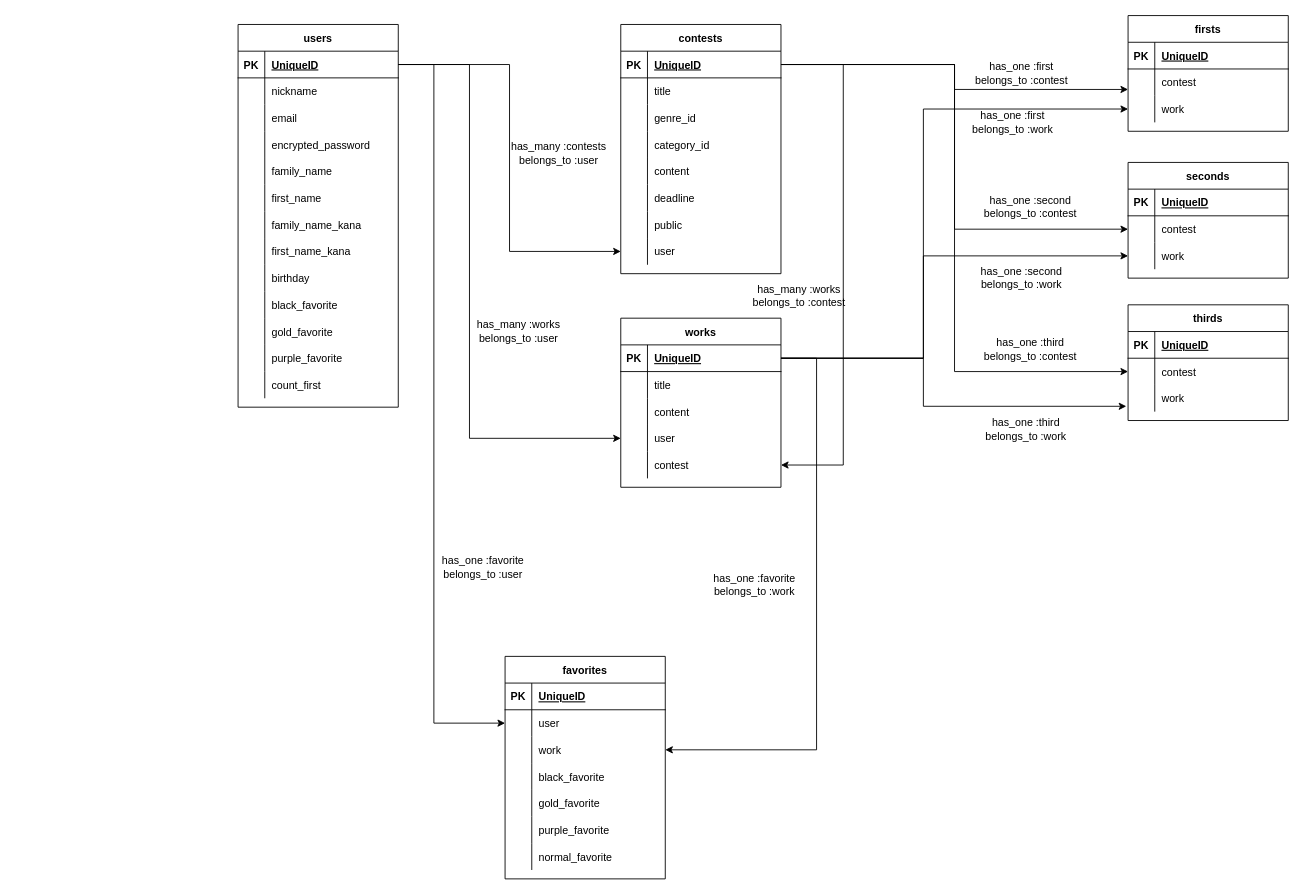
Earlier version of the draw.io diagram e-r.dio (tokiya-takai/moroheiya). Source tidied: cells renumbered, new cells numbered last; positions are measured from the earlier drawing's top-left corner, leaving out a move shared by most shapes. Both pictures are drawn from the tidied source at 89%, with x=0, y=0 at pixel (238, 15).
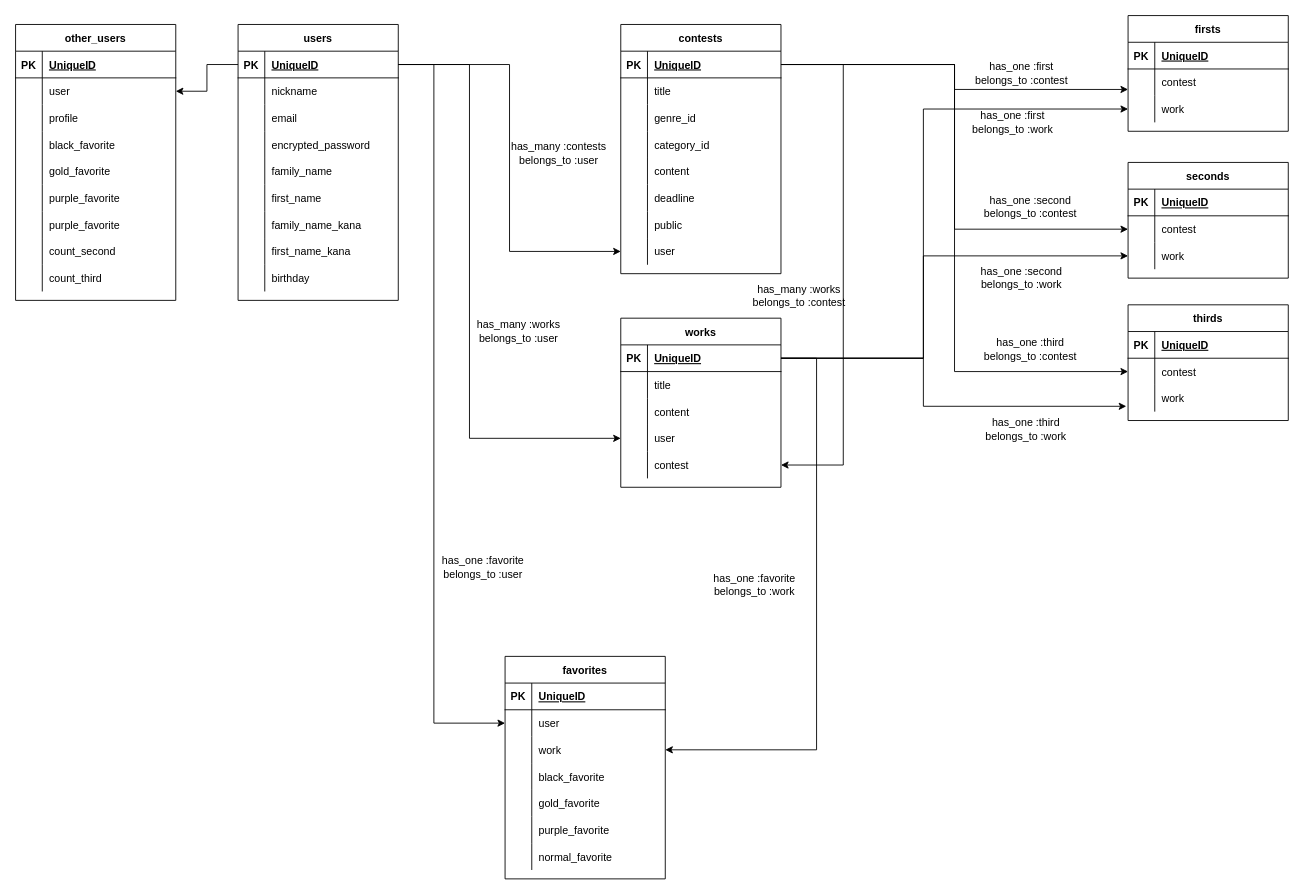
The same page after the edit.

Unchanged cells that the change refers to:
```xml
<mxCell id="3" style="shape=partialRectangle;fillColor=none;top=0;left=0;bottom=1;right=0;points=[[0,0.5],[1,0.5]];portConstraint=eastwest;" parent="2" vertex="1">
  <mxGeometry y="30" width="180" height="30" as="geometry" />
</mxCell>
```

Change to the diagram source:
```diff
@@
     <mxCell id="2" value="users" style="shape=table;startSize=30;childLayout=tableLayout;rowLines=0;fontStyle=1;align=center;" parent="1" vertex="1">
-      <mxGeometry y="10" width="180" height="430" as="geometry" />
+      <mxGeometry y="10" width="180" height="310" as="geometry" />
     </mxCell>
@@
-    <mxCell id="30" style="shape=partialRectangle;fillColor=none;top=0;left=0;bottom=0;right=0;" parent="2" vertex="1">
-      <mxGeometry y="300" width="180" height="30" as="geometry" />
-    </mxCell>
-    <mxCell id="31" style="shape=partialRectangle;fillColor=none;top=0;left=0;bottom=0;right=0;overflow=hidden;" parent="30" vertex="1">
-      <mxGeometry width="30" height="30" as="geometry" />
-    </mxCell>
-    <mxCell id="32" value="black_favorite" style="shape=partialRectangle;fillColor=none;top=0;left=0;bottom=0;right=0;align=left;spacingLeft=6;overflow=hidden;" parent="30" vertex="1">
-      <mxGeometry x="30" width="150" height="30" as="geometry" />
-    </mxCell>
-    <mxCell id="33" style="shape=partialRectangle;fillColor=none;top=0;left=0;bottom=0;right=0;" parent="2" vertex="1">
-      <mxGeometry y="330" width="180" height="30" as="geometry" />
-    </mxCell>
-    <mxCell id="34" style="shape=partialRectangle;fillColor=none;top=0;left=0;bottom=0;right=0;overflow=hidden;" parent="33" vertex="1">
-      <mxGeometry width="30" height="30" as="geometry" />
-    </mxCell>
-    <mxCell id="35" value="gold_favorite" style="shape=partialRectangle;fillColor=none;top=0;left=0;bottom=0;right=0;align=left;spacingLeft=6;overflow=hidden;" parent="33" vertex="1">
-      <mxGeometry x="30" width="150" height="30" as="geometry" />
-    </mxCell>
-    <mxCell id="36" style="shape=partialRectangle;fillColor=none;top=0;left=0;bottom=0;right=0;" parent="2" vertex="1">
-      <mxGeometry y="360" width="180" height="30" as="geometry" />
-    </mxCell>
-    <mxCell id="37" style="shape=partialRectangle;fillColor=none;top=0;left=0;bottom=0;right=0;overflow=hidden;" parent="36" vertex="1">
-      <mxGeometry width="30" height="30" as="geometry" />
-    </mxCell>
-    <mxCell id="38" value="purple_favorite" style="shape=partialRectangle;fillColor=none;top=0;left=0;bottom=0;right=0;align=left;spacingLeft=6;overflow=hidden;" parent="36" vertex="1">
-      <mxGeometry x="30" width="150" height="30" as="geometry" />
-    </mxCell>
-    <mxCell id="39" style="shape=partialRectangle;fillColor=none;top=0;left=0;bottom=0;right=0;" parent="2" vertex="1">
-      <mxGeometry y="390" width="180" height="30" as="geometry" />
-    </mxCell>
-    <mxCell id="40" style="shape=partialRectangle;fillColor=none;top=0;left=0;bottom=0;right=0;overflow=hidden;" parent="39" vertex="1">
-      <mxGeometry width="30" height="30" as="geometry" />
-    </mxCell>
-    <mxCell id="41" value="count_first" style="shape=partialRectangle;fillColor=none;top=0;left=0;bottom=0;right=0;align=left;spacingLeft=6;overflow=hidden;" parent="39" vertex="1">
-      <mxGeometry x="30" width="150" height="30" as="geometry" />
-    </mxCell>
@@
+    <mxCell id="157" value="other_users" style="shape=table;startSize=30;childLayout=tableLayout;rowLines=0;fontStyle=1;align=center;" parent="1" vertex="1">
+      <mxGeometry x="-250" y="10" width="180" height="310" as="geometry" />
+    </mxCell>
+    <mxCell id="158" style="shape=partialRectangle;fillColor=none;top=0;left=0;bottom=1;right=0;" parent="157" vertex="1">
+      <mxGeometry y="30" width="180" height="30" as="geometry" />
+    </mxCell>
+    <mxCell id="159" value="PK" style="shape=partialRectangle;fillColor=none;top=0;left=0;bottom=0;right=0;fontStyle=1;overflow=hidden;" parent="158" vertex="1">
+      <mxGeometry width="30" height="30" as="geometry" />
+    </mxCell>
+    <mxCell id="160" value="UniqueID" style="shape=partialRectangle;fillColor=none;top=0;left=0;bottom=0;right=0;align=left;spacingLeft=6;fontStyle=5;overflow=hidden;" parent="158" vertex="1">
+      <mxGeometry x="30" width="150" height="30" as="geometry" />
+    </mxCell>
+    <mxCell id="161" style="shape=partialRectangle;fillColor=none;top=0;left=0;bottom=0;right=0;points=[[0,0.5],[1,0.5]];portConstraint=eastwest;" parent="157" vertex="1">
+      <mxGeometry y="60" width="180" height="30" as="geometry" />
+    </mxCell>
+    <mxCell id="162" style="shape=partialRectangle;fillColor=none;top=0;left=0;bottom=0;right=0;overflow=hidden;" parent="161" vertex="1">
+      <mxGeometry width="30" height="30" as="geometry" />
+    </mxCell>
+    <mxCell id="163" value="user" style="shape=partialRectangle;fillColor=none;top=0;left=0;bottom=0;right=0;align=left;spacingLeft=6;overflow=hidden;" parent="161" vertex="1">
+      <mxGeometry x="30" width="150" height="30" as="geometry" />
+    </mxCell>
+    <mxCell id="164" style="shape=partialRectangle;fillColor=none;top=0;left=0;bottom=0;right=0;" parent="157" vertex="1">
+      <mxGeometry y="90" width="180" height="30" as="geometry" />
+    </mxCell>
+    <mxCell id="165" style="shape=partialRectangle;fillColor=none;top=0;left=0;bottom=0;right=0;overflow=hidden;" parent="164" vertex="1">
+      <mxGeometry width="30" height="30" as="geometry" />
+    </mxCell>
+    <mxCell id="166" value="profile" style="shape=partialRectangle;fillColor=none;top=0;left=0;bottom=0;right=0;align=left;spacingLeft=6;overflow=hidden;" parent="164" vertex="1">
+      <mxGeometry x="30" width="150" height="30" as="geometry" />
+    </mxCell>
+    <mxCell id="167" style="shape=partialRectangle;fillColor=none;top=0;left=0;bottom=0;right=0;" parent="157" vertex="1">
+      <mxGeometry y="120" width="180" height="30" as="geometry" />
+    </mxCell>
+    <mxCell id="168" style="shape=partialRectangle;fillColor=none;top=0;left=0;bottom=0;right=0;overflow=hidden;" parent="167" vertex="1">
+      <mxGeometry width="30" height="30" as="geometry" />
+    </mxCell>
+    <mxCell id="32" value="black_favorite" style="shape=partialRectangle;fillColor=none;top=0;left=0;bottom=0;right=0;align=left;spacingLeft=6;overflow=hidden;" parent="167" vertex="1">
+      <mxGeometry x="30" width="150" height="30" as="geometry" />
+    </mxCell>
+    <mxCell id="169" style="shape=partialRectangle;fillColor=none;top=0;left=0;bottom=0;right=0;" parent="157" vertex="1">
+      <mxGeometry y="150" width="180" height="30" as="geometry" />
+    </mxCell>
+    <mxCell id="170" style="shape=partialRectangle;fillColor=none;top=0;left=0;bottom=0;right=0;overflow=hidden;" parent="169" vertex="1">
+      <mxGeometry width="30" height="30" as="geometry" />
+    </mxCell>
+    <mxCell id="35" value="gold_favorite" style="shape=partialRectangle;fillColor=none;top=0;left=0;bottom=0;right=0;align=left;spacingLeft=6;overflow=hidden;" parent="169" vertex="1">
+      <mxGeometry x="30" width="150" height="30" as="geometry" />
+    </mxCell>
+    <mxCell id="171" style="shape=partialRectangle;fillColor=none;top=0;left=0;bottom=0;right=0;" parent="157" vertex="1">
+      <mxGeometry y="180" width="180" height="30" as="geometry" />
+    </mxCell>
+    <mxCell id="172" style="shape=partialRectangle;fillColor=none;top=0;left=0;bottom=0;right=0;overflow=hidden;" parent="171" vertex="1">
+      <mxGeometry width="30" height="30" as="geometry" />
+    </mxCell>
+    <mxCell id="173" value="purple_favorite" style="shape=partialRectangle;fillColor=none;top=0;left=0;bottom=0;right=0;align=left;spacingLeft=6;overflow=hidden;" parent="171" vertex="1">
+      <mxGeometry x="30" width="150" height="30" as="geometry" />
+    </mxCell>
+    <mxCell id="174" style="shape=partialRectangle;fillColor=none;top=0;left=0;bottom=0;right=0;" parent="157" vertex="1">
+      <mxGeometry y="210" width="180" height="30" as="geometry" />
+    </mxCell>
+    <mxCell id="175" style="shape=partialRectangle;fillColor=none;top=0;left=0;bottom=0;right=0;overflow=hidden;" parent="174" vertex="1">
+      <mxGeometry width="30" height="30" as="geometry" />
+    </mxCell>
+    <mxCell id="176" value="purple_favorite" style="shape=partialRectangle;fillColor=none;top=0;left=0;bottom=0;right=0;align=left;spacingLeft=6;overflow=hidden;" parent="174" vertex="1">
+      <mxGeometry x="30" width="150" height="30" as="geometry" />
+    </mxCell>
+    <mxCell id="177" style="shape=partialRectangle;fillColor=none;top=0;left=0;bottom=0;right=0;" parent="157" vertex="1">
+      <mxGeometry y="240" width="180" height="30" as="geometry" />
+    </mxCell>
+    <mxCell id="178" style="shape=partialRectangle;fillColor=none;top=0;left=0;bottom=0;right=0;overflow=hidden;" parent="177" vertex="1">
+      <mxGeometry width="30" height="30" as="geometry" />
+    </mxCell>
+    <mxCell id="179" value="count_second" style="shape=partialRectangle;fillColor=none;top=0;left=0;bottom=0;right=0;align=left;spacingLeft=6;overflow=hidden;" parent="177" vertex="1">
+      <mxGeometry x="30" width="150" height="30" as="geometry" />
+    </mxCell>
+    <mxCell id="180" style="shape=partialRectangle;fillColor=none;top=0;left=0;bottom=0;right=0;" parent="157" vertex="1">
+      <mxGeometry y="270" width="180" height="30" as="geometry" />
+    </mxCell>
+    <mxCell id="181" style="shape=partialRectangle;fillColor=none;top=0;left=0;bottom=0;right=0;overflow=hidden;" parent="180" vertex="1">
+      <mxGeometry width="30" height="30" as="geometry" />
+    </mxCell>
+    <mxCell id="182" value="count_third" style="shape=partialRectangle;fillColor=none;top=0;left=0;bottom=0;right=0;align=left;spacingLeft=6;overflow=hidden;" parent="180" vertex="1">
+      <mxGeometry x="30" width="150" height="30" as="geometry" />
+    </mxCell>
+    <mxCell id="183" style="edgeStyle=orthogonalEdgeStyle;rounded=0;jettySize=auto;html=1;" parent="1" edge="1" source="3" target="161">
+      <mxGeometry relative="1" as="geometry" />
+    </mxCell>
```
